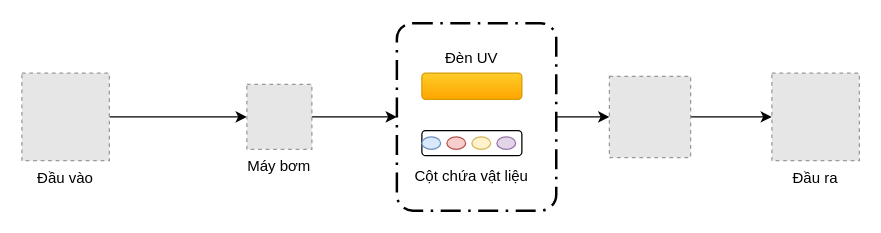
Earlier version of the draw.io diagram page "Page-1" (1 of 2) of so-do-draw/vk.drawio (letheanh12345/Draw-io). Source tidied: cells renumbered, new cells numbered last; positions are measured from the earlier drawing's top-left corner, leaving out a move shared by most shapes. Both pictures are drawn from the tidied source at 125%, with x=0, y=0 at pixel (21, 22). Pictures stored in the file or linked from it are replaced by grey dashed boxes.
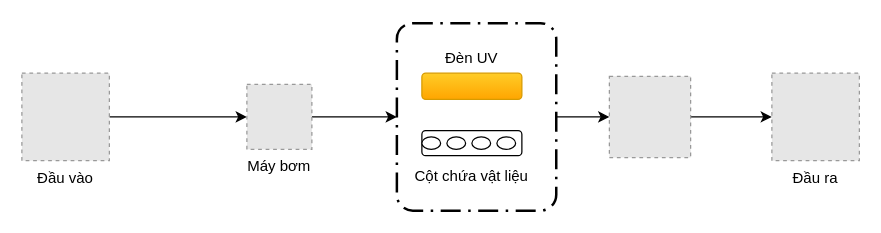
After the change.

Diff of the diagram source:
```diff
@@
 <mxGraphModel>
   <root>
     <mxCell id="0" />
     <mxCell id="1" parent="0" />
     <mxCell id="2" style="edgeStyle=orthogonalEdgeStyle;rounded=0;jettySize=auto;html=1;" parent="1" edge="1" source="3" target="5">
       <mxGeometry relative="1" as="geometry" />
     </mxCell>
     <mxCell id="3" value="Đầu vào" style="fillColor=#E6E6E6;strokeColor=#999999;dashed=1;verticalLabelPosition=bottom;labelBackgroundColor=default;verticalAlign=top;" parent="1" vertex="1">
       <mxGeometry y="40" width="70" height="70" as="geometry" />
     </mxCell>
     <mxCell id="4" style="edgeStyle=orthogonalEdgeStyle;rounded=0;jettySize=auto;html=1;entryX=0;entryY=0.5;entryDx=0;entryDy=0;entryPerimeter=0;" parent="1" edge="1" source="5" target="10">
       <mxGeometry relative="1" as="geometry" />
     </mxCell>
     <mxCell id="5" value="Máy bơm" style="fillColor=#E6E6E6;strokeColor=#999999;dashed=1;verticalLabelPosition=bottom;labelBackgroundColor=default;verticalAlign=top;" parent="1" vertex="1">
       <mxGeometry x="180" y="49" width="52" height="52" as="geometry" />
     </mxCell>
     <mxCell id="6" style="edgeStyle=orthogonalEdgeStyle;rounded=0;jettySize=auto;html=1;entryX=0;entryY=0.5;entryDx=0;entryDy=0;" parent="1" edge="1" source="7" target="8">
       <mxGeometry relative="1" as="geometry" />
     </mxCell>
     <mxCell id="7" style="fillColor=#E6E6E6;strokeColor=#999999;dashed=1;verticalLabelPosition=bottom;labelBackgroundColor=default;verticalAlign=top;" parent="1" vertex="1">
       <mxGeometry x="470" y="42.5" width="65" height="65" as="geometry" />
     </mxCell>
     <mxCell id="8" value="Đầu ra" style="fillColor=#E6E6E6;strokeColor=#999999;dashed=1;verticalLabelPosition=bottom;labelBackgroundColor=default;verticalAlign=top;" parent="1" vertex="1">
       <mxGeometry x="600" y="40" width="70" height="70" as="geometry" />
     </mxCell>
     <mxCell id="9" style="edgeStyle=orthogonalEdgeStyle;rounded=0;jettySize=auto;html=1;" parent="1" edge="1" source="10" target="7">
       <mxGeometry relative="1" as="geometry" />
     </mxCell>
     <mxCell id="10" style="points=[[0.25,0,0],[0.5,0,0],[0.75,0,0],[1,0.25,0],[1,0.5,0],[1,0.75,0],[0.75,1,0],[0.5,1,0],[0.25,1,0],[0,0.75,0],[0,0.5,0],[0,0.25,0]];rounded=1;arcSize=10;dashed=1;strokeColor=#000000;fillColor=none;gradientColor=none;dashPattern=8 3 1 3;strokeWidth=2;" parent="1" vertex="1">
       <mxGeometry x="300" width="127.5" height="150" as="geometry" />
     </mxCell>
     <mxCell id="11" style="rounded=1;whiteSpace=wrap;html=1;" parent="1" vertex="1">
       <mxGeometry x="320" y="86" width="80" height="20" as="geometry" />
     </mxCell>
-    <mxCell id="12" style="ellipse;whiteSpace=wrap;html=1;fillColor=#dae8fc;strokeColor=#6c8ebf;" parent="1" vertex="1">
+    <mxCell id="12" style="ellipse;whiteSpace=wrap;html=1;" parent="1" vertex="1">
       <mxGeometry x="320" y="91" width="15" height="10" as="geometry" />
     </mxCell>
-    <mxCell id="13" style="ellipse;whiteSpace=wrap;html=1;fillColor=#f8cecc;strokeColor=#b85450;" parent="1" vertex="1">
+    <mxCell id="13" style="ellipse;whiteSpace=wrap;html=1;" parent="1" vertex="1">
       <mxGeometry x="340" y="91" width="15" height="10" as="geometry" />
     </mxCell>
-    <mxCell id="14" style="ellipse;whiteSpace=wrap;html=1;fillColor=#fff2cc;strokeColor=#d6b656;" parent="1" vertex="1">
+    <mxCell id="14" style="ellipse;whiteSpace=wrap;html=1;" parent="1" vertex="1">
       <mxGeometry x="360" y="91" width="15" height="10" as="geometry" />
     </mxCell>
-    <mxCell id="15" style="ellipse;whiteSpace=wrap;html=1;fillColor=#e1d5e7;strokeColor=#9673a6;" parent="1" vertex="1">
+    <mxCell id="15" style="ellipse;whiteSpace=wrap;html=1;" parent="1" vertex="1">
       <mxGeometry x="380" y="91" width="15" height="10" as="geometry" />
     </mxCell>
     <mxCell id="16" value="Đèn UV" style="text;html=1;strokeColor=none;fillColor=none;align=center;verticalAlign=middle;whiteSpace=wrap;rounded=0;" parent="1" vertex="1">
       <mxGeometry x="330" y="12.5" width="60" height="30" as="geometry" />
     </mxCell>
     <mxCell id="17" value="Cột chứa vật liệu" style="text;html=1;strokeColor=none;fillColor=none;align=center;verticalAlign=middle;whiteSpace=wrap;rounded=0;" parent="1" vertex="1">
       <mxGeometry x="295" y="107.5" width="130" height="30" as="geometry" />
     </mxCell>
     <mxCell id="18" style="rounded=1;whiteSpace=wrap;html=1;fillColor=#ffcd28;gradientColor=#ffa500;strokeColor=#d79b00;" parent="1" vertex="1">
       <mxGeometry x="320" y="40" width="80" height="21" as="geometry" />
     </mxCell>
   </root>
 </mxGraphModel>
```
